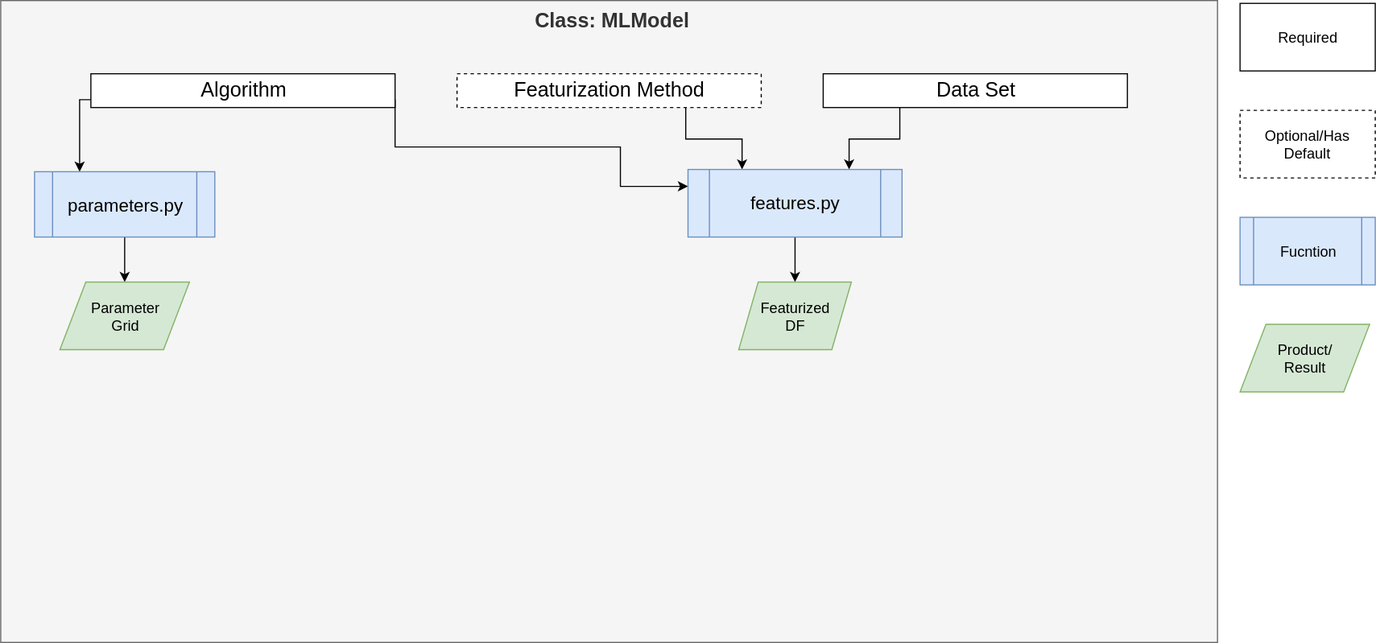
Above: hte-models-overview.svg in Dlux804/McQuade-Chem-ML (draw.io), before the change. Source tidied: cells renumbered, new cells last; positions are measured from the earlier drawing's top-left corner, leaving out a move shared by most shapes.
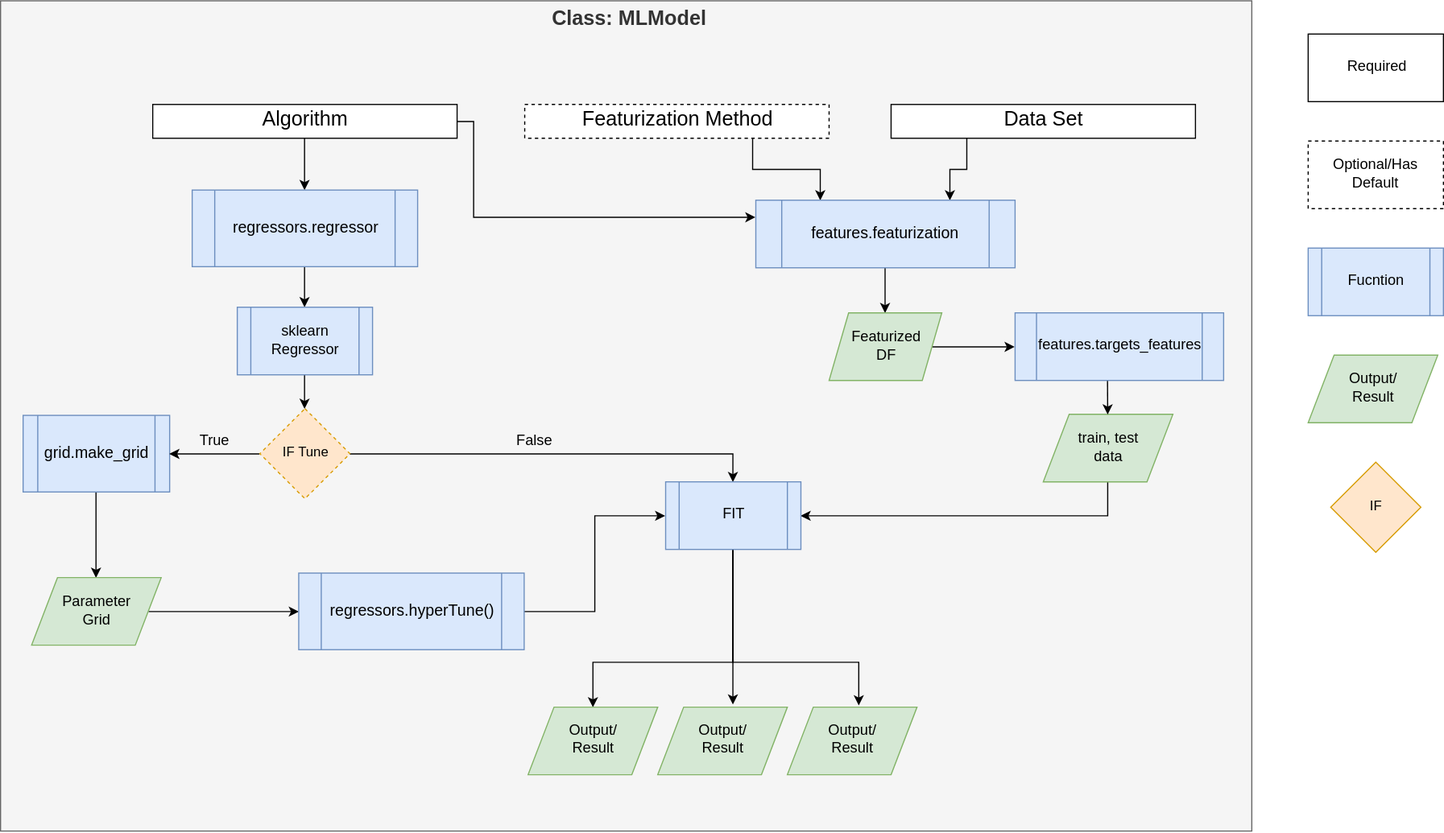
After the commit.

Change to the diagram source:
```diff
@@ -3,26 +3,21 @@
     <mxCell id="0" />
     <mxCell id="1" parent="0" />
     <mxCell id="2" value="&lt;div style=&quot;font-size: 18px;&quot;&gt;&amp;nbsp;Class: MLModel&lt;br style=&quot;font-size: 18px;&quot;&gt;&lt;/div&gt;" style="rounded=0;whiteSpace=wrap;html=1;fillColor=#f5f5f5;strokeColor=#666666;fontColor=#333333;verticalAlign=top;fontSize=18;fontStyle=1;" parent="1" vertex="1">
-      <mxGeometry width="1080" height="570" as="geometry" />
+      <mxGeometry x="-60" y="-27" width="1110" height="737" as="geometry" />
     </mxCell>
-    <mxCell id="3" style="edgeStyle=orthogonalEdgeStyle;rounded=0;jettySize=auto;html=1;exitX=1;exitY=0.75;exitDx=0;exitDy=0;entryX=0;entryY=0.25;entryDx=0;entryDy=0;fontSize=13;" parent="1" edge="1" source="5" target="11">
+    <mxCell id="3" style="edgeStyle=orthogonalEdgeStyle;rounded=0;jettySize=auto;html=1;exitX=1;exitY=0.5;exitDx=0;exitDy=0;entryX=0;entryY=0.25;entryDx=0;entryDy=0;fontSize=13;" parent="1" edge="1" source="5" target="11">
       <mxGeometry relative="1" as="geometry">
         <Array as="points">
-          <mxPoint x="350" y="130" />
-          <mxPoint x="550" y="130" />
-          <mxPoint x="550" y="165" />
+          <mxPoint x="360" y="80" />
+          <mxPoint x="360" y="165" />
         </Array>
       </mxGeometry>
     </mxCell>
-    <mxCell id="4" style="edgeStyle=orthogonalEdgeStyle;rounded=0;jettySize=auto;html=1;exitX=0;exitY=0.75;exitDx=0;exitDy=0;entryX=0.25;entryY=0;entryDx=0;entryDy=0;fontSize=16;" parent="1" edge="1" source="5" target="18">
-      <mxGeometry relative="1" as="geometry">
-        <Array as="points">
-          <mxPoint x="70" y="88" />
-        </Array>
-      </mxGeometry>
-    </mxCell>
+    <mxCell id="21" style="edgeStyle=orthogonalEdgeStyle;rounded=0;jettySize=auto;html=1;exitX=0.5;exitY=1;exitDx=0;exitDy=0;entryX=0.5;entryY=0;entryDx=0;entryDy=0;" parent="1" edge="1" source="5" target="26">
+      <mxGeometry relative="1" as="geometry" />
+    </mxCell>
     <mxCell id="5" value="Algorithm" style="rounded=0;whiteSpace=wrap;html=1;fontSize=18;" parent="1" vertex="1">
-      <mxGeometry x="80" y="65" width="270" height="30" as="geometry" />
+      <mxGeometry x="75" y="65" width="270" height="30" as="geometry" />
     </mxCell>
     <mxCell id="6" style="edgeStyle=orthogonalEdgeStyle;rounded=0;jettySize=auto;html=1;exitX=0.25;exitY=1;exitDx=0;exitDy=0;entryX=0.75;entryY=0;entryDx=0;entryDy=0;fontSize=18;" parent="1" edge="1" source="7" target="11">
       <mxGeometry relative="1" as="geometry" />
@@ -39,11 +34,14 @@
     <mxCell id="10" style="edgeStyle=orthogonalEdgeStyle;rounded=0;jettySize=auto;html=1;exitX=0.5;exitY=1;exitDx=0;exitDy=0;entryX=0.5;entryY=0;entryDx=0;entryDy=0;fontSize=13;" parent="1" edge="1" source="11" target="12">
       <mxGeometry relative="1" as="geometry" />
     </mxCell>
-    <mxCell id="11" value="&lt;font style=&quot;font-size: 16px&quot;&gt;features.py&lt;/font&gt;" style="shape=process;whiteSpace=wrap;html=1;backgroundOutline=1;fontSize=18;fillColor=#dae8fc;strokeColor=#6c8ebf;" parent="1" vertex="1">
-      <mxGeometry x="610" y="150" width="190" height="60" as="geometry" />
+    <mxCell id="11" value="&lt;font style=&quot;font-size: 14px;&quot;&gt;features.featurization&lt;/font&gt;" style="shape=process;whiteSpace=wrap;html=1;backgroundOutline=1;fontSize=14;fillColor=#dae8fc;strokeColor=#6c8ebf;" parent="1" vertex="1">
+      <mxGeometry x="610" y="150" width="230" height="60" as="geometry" />
     </mxCell>
+    <mxCell id="22" style="edgeStyle=orthogonalEdgeStyle;rounded=0;jettySize=auto;html=1;exitX=1;exitY=0.5;exitDx=0;exitDy=0;entryX=0;entryY=0.5;entryDx=0;entryDy=0;labelBackgroundColor=none;fontSize=14;" parent="1" edge="1" source="12" target="36">
+      <mxGeometry relative="1" as="geometry" />
+    </mxCell>
     <mxCell id="12" value="&lt;div&gt;Featurized &lt;br&gt;&lt;/div&gt;&lt;div&gt;DF&lt;/div&gt;" style="shape=parallelogram;html=1;strokeWidth=1;perimeter=parallelogramPerimeter;rounded=1;arcSize=0;size=0.17333333333333334;fontSize=13;whiteSpace=wrap;fillColor=#d5e8d4;strokeColor=#82B366;" parent="1" vertex="1">
-      <mxGeometry x="655" y="250" width="100" height="60" as="geometry" />
+      <mxGeometry x="675" y="250" width="100" height="60" as="geometry" />
     </mxCell>
     <mxCell id="13" value="Optional/Has Default" style="rounded=0;whiteSpace=wrap;html=1;dashed=1;fontSize=13;" parent="1" vertex="1">
       <mxGeometry x="1100" y="97.5" width="120" height="60" as="geometry" />
@@ -54,20 +52,95 @@
     <mxCell id="15" value="Fucntion" style="shape=process;whiteSpace=wrap;html=1;backgroundOutline=1;strokeColor=#6c8ebf;strokeWidth=1;fontSize=13;fillColor=#dae8fc;" parent="1" vertex="1">
       <mxGeometry x="1100" y="192.5" width="120" height="60" as="geometry" />
     </mxCell>
+    <mxCell id="23" style="edgeStyle=orthogonalEdgeStyle;rounded=0;jettySize=auto;html=1;exitX=0.5;exitY=1;exitDx=0;exitDy=0;entryX=1;entryY=0.5;entryDx=0;entryDy=0;labelBackgroundColor=none;fontSize=14;" parent="1" edge="1" source="16" target="41">
+      <mxGeometry relative="1" as="geometry" />
+    </mxCell>
-    <mxCell id="16" value="&lt;div&gt;Product/&lt;/div&gt;&lt;div&gt;Result&lt;/div&gt;" style="shape=parallelogram;perimeter=parallelogramPerimeter;whiteSpace=wrap;html=1;dashed=0;strokeColor=#82b366;strokeWidth=1;fontSize=13;fillColor=#d5e8d4;" parent="1" vertex="1">
-      <mxGeometry x="1100" y="287.5" width="115" height="60" as="geometry" />
+    <mxCell id="16" value="&lt;div&gt;train, test&lt;/div&gt;&lt;div&gt;data&lt;br&gt;&lt;/div&gt;" style="shape=parallelogram;perimeter=parallelogramPerimeter;whiteSpace=wrap;html=1;dashed=0;strokeColor=#82b366;strokeWidth=1;fontSize=13;fillColor=#d5e8d4;" parent="1" vertex="1">
+      <mxGeometry x="865" y="340" width="115" height="60" as="geometry" />
     </mxCell>
-    <mxCell id="17" style="edgeStyle=orthogonalEdgeStyle;rounded=0;jettySize=auto;html=1;exitX=0.5;exitY=1;exitDx=0;exitDy=0;entryX=0.5;entryY=0;entryDx=0;entryDy=0;fontSize=16;" parent="1" edge="1" source="18" target="20">
+    <mxCell id="17" style="edgeStyle=orthogonalEdgeStyle;rounded=0;jettySize=auto;html=1;exitX=0.5;exitY=1;exitDx=0;exitDy=0;entryX=0.5;entryY=0;entryDx=0;entryDy=0;labelBackgroundColor=none;fontSize=13;" parent="1" edge="1" source="18" target="20">
       <mxGeometry relative="1" as="geometry" />
     </mxCell>
-    <mxCell id="18" value="parameters.py" style="shape=process;whiteSpace=wrap;html=1;backgroundOutline=1;strokeColor=#6c8ebf;strokeWidth=1;fontSize=16;fillColor=#dae8fc;" parent="1" vertex="1">
-      <mxGeometry x="30" y="152" width="160" height="58" as="geometry" />
+    <mxCell id="18" value="grid.make_grid" style="shape=process;whiteSpace=wrap;html=1;backgroundOutline=1;strokeColor=#6c8ebf;strokeWidth=1;fontSize=14;fillColor=#dae8fc;" parent="1" vertex="1">
+      <mxGeometry x="-40" y="341" width="130" height="68" as="geometry" />
     </mxCell>
-    <mxCell id="19" style="edgeStyle=orthogonalEdgeStyle;rounded=0;orthogonalLoop=1;jettySize=auto;html=1;exitX=0.5;exitY=1;exitDx=0;exitDy=0;fontSize=16;" parent="1" edge="1" source="18" target="18">
-      <mxGeometry relative="1" as="geometry" />
-    </mxCell>
+    <mxCell id="24" style="edgeStyle=orthogonalEdgeStyle;rounded=0;jettySize=auto;html=1;exitX=1;exitY=0.5;exitDx=0;exitDy=0;entryX=0;entryY=0.5;entryDx=0;entryDy=0;labelBackgroundColor=none;fontSize=14;" parent="1" edge="1" source="20" target="34">
+      <mxGeometry relative="1" as="geometry" />
+    </mxCell>
     <mxCell id="20" value="&lt;div&gt;Parameter&lt;/div&gt;&lt;div&gt;Grid&lt;br&gt;&lt;/div&gt;" style="shape=parallelogram;perimeter=parallelogramPerimeter;whiteSpace=wrap;html=1;dashed=0;strokeColor=#82b366;strokeWidth=1;fontSize=13;fillColor=#d5e8d4;" parent="1" vertex="1">
-      <mxGeometry x="52.5" y="250" width="115" height="60" as="geometry" />
+      <mxGeometry x="-32.5" y="485" width="115" height="60" as="geometry" />
     </mxCell>
+    <mxCell id="25" style="edgeStyle=orthogonalEdgeStyle;rounded=0;jettySize=auto;html=1;exitX=0.5;exitY=1;exitDx=0;exitDy=0;" parent="1" edge="1" source="26" target="28">
+      <mxGeometry relative="1" as="geometry" />
+    </mxCell>
+    <mxCell id="26" value="&lt;font style=&quot;font-size: 14px;&quot;&gt;regressors.regressor&lt;/font&gt;" style="shape=process;whiteSpace=wrap;html=1;backgroundOutline=1;strokeColor=#6c8ebf;strokeWidth=1;fontSize=14;fillColor=#dae8fc;" parent="1" vertex="1">
+      <mxGeometry x="110" y="141" width="200" height="68" as="geometry" />
+    </mxCell>
+    <mxCell id="27" style="edgeStyle=orthogonalEdgeStyle;rounded=0;jettySize=auto;html=1;exitX=0.5;exitY=1;exitDx=0;exitDy=0;entryX=0.5;entryY=0;entryDx=0;entryDy=0;labelBackgroundColor=none;fontSize=14;" parent="1" edge="1" source="28" target="32">
+      <mxGeometry relative="1" as="geometry" />
+    </mxCell>
+    <mxCell id="28" value="sklearn Regressor" style="shape=process;whiteSpace=wrap;html=1;backgroundOutline=1;strokeColor=#6c8ebf;strokeWidth=1;fontSize=13;fillColor=#dae8fc;" parent="1" vertex="1">
+      <mxGeometry x="150" y="245" width="120" height="60" as="geometry" />
+    </mxCell>
+    <mxCell id="29" value="IF" style="rhombus;whiteSpace=wrap;html=1;fillColor=#ffe6cc;strokeColor=#d79b00;" parent="1" vertex="1">
+      <mxGeometry x="1120" y="382.5" width="80" height="80" as="geometry" />
+    </mxCell>
+    <mxCell id="30" value="True" style="edgeStyle=orthogonalEdgeStyle;rounded=0;jettySize=auto;html=1;exitX=0;exitY=0.5;exitDx=0;exitDy=0;entryX=1;entryY=0.5;entryDx=0;entryDy=0;labelBackgroundColor=none;fontSize=13;" parent="1" edge="1" source="32" target="18">
+      <mxGeometry y="-10" relative="1" as="geometry" />
+    </mxCell>
+    <mxCell id="31" value="False" style="edgeStyle=orthogonalEdgeStyle;rounded=0;jettySize=auto;html=1;exitX=1;exitY=0.5;exitDx=0;exitDy=0;entryX=0.5;entryY=0;entryDx=0;entryDy=0;labelBackgroundColor=none;fontSize=13;" parent="1" edge="1" source="32" target="41">
+      <mxGeometry x="-0.1" y="10" relative="1" as="geometry" />
+    </mxCell>
+    <mxCell id="32" value="IF Tune" style="rhombus;whiteSpace=wrap;html=1;fillColor=#ffe6cc;strokeColor=#d79b00;dashed=1;" parent="1" vertex="1">
+      <mxGeometry x="170" y="335" width="80" height="80" as="geometry" />
+    </mxCell>
+    <mxCell id="33" style="edgeStyle=orthogonalEdgeStyle;rounded=0;jettySize=auto;html=1;exitX=1;exitY=0.5;exitDx=0;exitDy=0;entryX=0;entryY=0.5;entryDx=0;entryDy=0;labelBackgroundColor=none;fontSize=14;" parent="1" edge="1" source="34" target="41">
+      <mxGeometry relative="1" as="geometry" />
+    </mxCell>
+    <mxCell id="34" value="&lt;font style=&quot;font-size: 14px;&quot;&gt;regressors.hyperTune()&lt;/font&gt;" style="shape=process;whiteSpace=wrap;html=1;backgroundOutline=1;strokeColor=#6c8ebf;strokeWidth=1;fontSize=14;fillColor=#dae8fc;" parent="1" vertex="1">
+      <mxGeometry x="204.5" y="481" width="200" height="68" as="geometry" />
+    </mxCell>
+    <mxCell id="35" style="edgeStyle=orthogonalEdgeStyle;rounded=0;jettySize=auto;html=1;entryX=0.5;entryY=0;entryDx=0;entryDy=0;labelBackgroundColor=none;fontSize=14;" parent="1" edge="1" target="16">
+      <mxGeometry relative="1" as="geometry">
+        <mxPoint x="922" y="310" as="sourcePoint" />
+      </mxGeometry>
+    </mxCell>
+    <mxCell id="36" value="features.targets_features" style="shape=process;whiteSpace=wrap;html=1;backgroundOutline=1;strokeColor=#6c8ebf;strokeWidth=1;fontSize=13;fillColor=#dae8fc;" parent="1" vertex="1">
+      <mxGeometry x="840" y="250" width="185" height="60" as="geometry" />
+    </mxCell>
+    <mxCell id="37" value="&lt;div&gt;Output/&lt;/div&gt;&lt;div&gt;Result&lt;br&gt;&lt;/div&gt;" style="shape=parallelogram;perimeter=parallelogramPerimeter;whiteSpace=wrap;html=1;dashed=0;strokeColor=#82b366;strokeWidth=1;fontSize=13;fillColor=#d5e8d4;" parent="1" vertex="1">
+      <mxGeometry x="1100" y="287.5" width="115" height="60" as="geometry" />
+    </mxCell>
+    <mxCell id="38" style="edgeStyle=orthogonalEdgeStyle;rounded=0;jettySize=auto;html=1;exitX=0.5;exitY=1;exitDx=0;exitDy=0;entryX=0.5;entryY=0;entryDx=0;entryDy=0;labelBackgroundColor=none;fontSize=13;" parent="1" edge="1" source="41" target="42">
+      <mxGeometry relative="1" as="geometry">
+        <Array as="points">
+          <mxPoint x="590" y="560" />
+          <mxPoint x="466" y="560" />
+        </Array>
+      </mxGeometry>
+    </mxCell>
+    <mxCell id="39" style="edgeStyle=orthogonalEdgeStyle;rounded=0;jettySize=auto;html=1;exitX=0.5;exitY=1;exitDx=0;exitDy=0;entryX=0.577;entryY=-0.039;entryDx=0;entryDy=0;entryPerimeter=0;labelBackgroundColor=none;fontSize=13;" parent="1" edge="1" source="41" target="44">
+      <mxGeometry relative="1" as="geometry" />
+    </mxCell>
+    <mxCell id="40" style="edgeStyle=orthogonalEdgeStyle;rounded=0;jettySize=auto;html=1;exitX=0.5;exitY=1;exitDx=0;exitDy=0;entryX=0.548;entryY=-0.025;entryDx=0;entryDy=0;entryPerimeter=0;labelBackgroundColor=none;fontSize=13;" parent="1" edge="1" source="41" target="43">
+      <mxGeometry relative="1" as="geometry">
+        <Array as="points">
+          <mxPoint x="590" y="560" />
+          <mxPoint x="701" y="560" />
+        </Array>
+      </mxGeometry>
+    </mxCell>
+    <mxCell id="41" value="FIT" style="shape=process;whiteSpace=wrap;html=1;backgroundOutline=1;strokeColor=#6c8ebf;strokeWidth=1;fontSize=13;fillColor=#dae8fc;" parent="1" vertex="1">
+      <mxGeometry x="530" y="400" width="120" height="60" as="geometry" />
+    </mxCell>
+    <mxCell id="42" value="&lt;div&gt;Output/&lt;/div&gt;&lt;div&gt;Result&lt;br&gt;&lt;/div&gt;" style="shape=parallelogram;perimeter=parallelogramPerimeter;whiteSpace=wrap;html=1;dashed=0;strokeColor=#82b366;strokeWidth=1;fontSize=13;fillColor=#d5e8d4;" parent="1" vertex="1">
+      <mxGeometry x="408" y="600" width="115" height="60" as="geometry" />
+    </mxCell>
+    <mxCell id="43" value="&lt;div&gt;Output/&lt;/div&gt;&lt;div&gt;Result&lt;br&gt;&lt;/div&gt;" style="shape=parallelogram;perimeter=parallelogramPerimeter;whiteSpace=wrap;html=1;dashed=0;strokeColor=#82b366;strokeWidth=1;fontSize=13;fillColor=#d5e8d4;" parent="1" vertex="1">
+      <mxGeometry x="638" y="600" width="115" height="60" as="geometry" />
+    </mxCell>
+    <mxCell id="44" value="&lt;div&gt;Output/&lt;/div&gt;&lt;div&gt;Result&lt;br&gt;&lt;/div&gt;" style="shape=parallelogram;perimeter=parallelogramPerimeter;whiteSpace=wrap;html=1;dashed=0;strokeColor=#82b366;strokeWidth=1;fontSize=13;fillColor=#d5e8d4;" parent="1" vertex="1">
+      <mxGeometry x="523" y="600" width="115" height="60" as="geometry" />
+    </mxCell>
   </root>
 </mxGraphModel>
```
